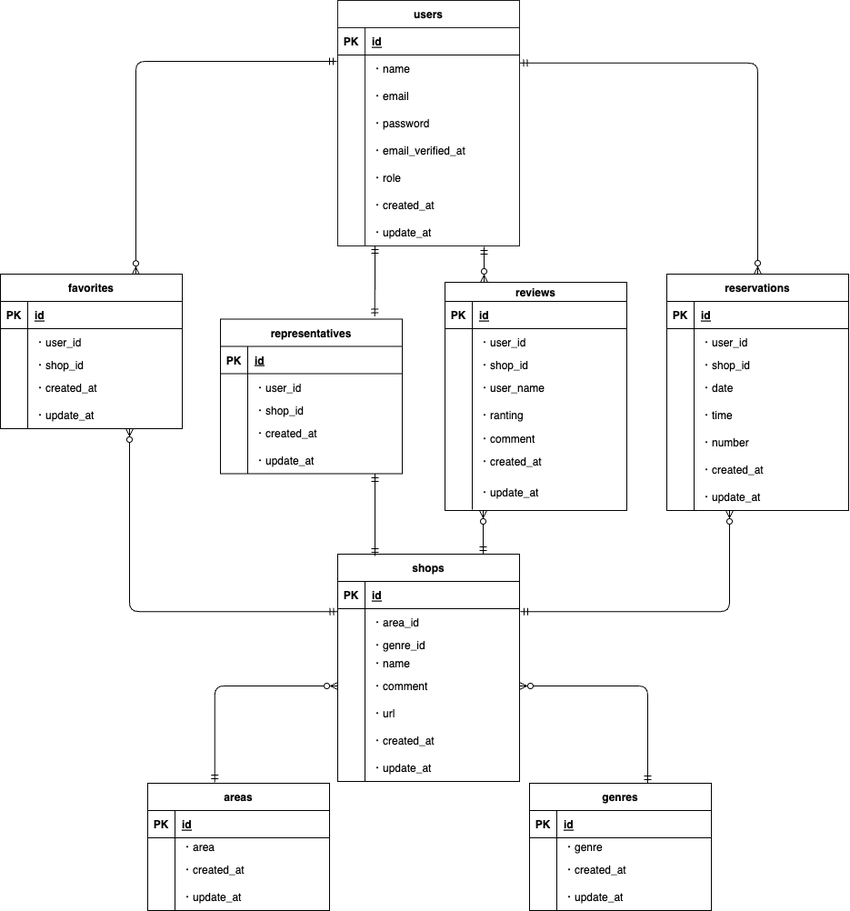
fukao1985/Rese_project keeps this draw.io diagram as rese.drawio.png. Above is the earlier version. Source tidied: cells renumbered, new cells last; positions are measured from the earlier drawing's top-left corner, leaving out a move shared by most shapes.
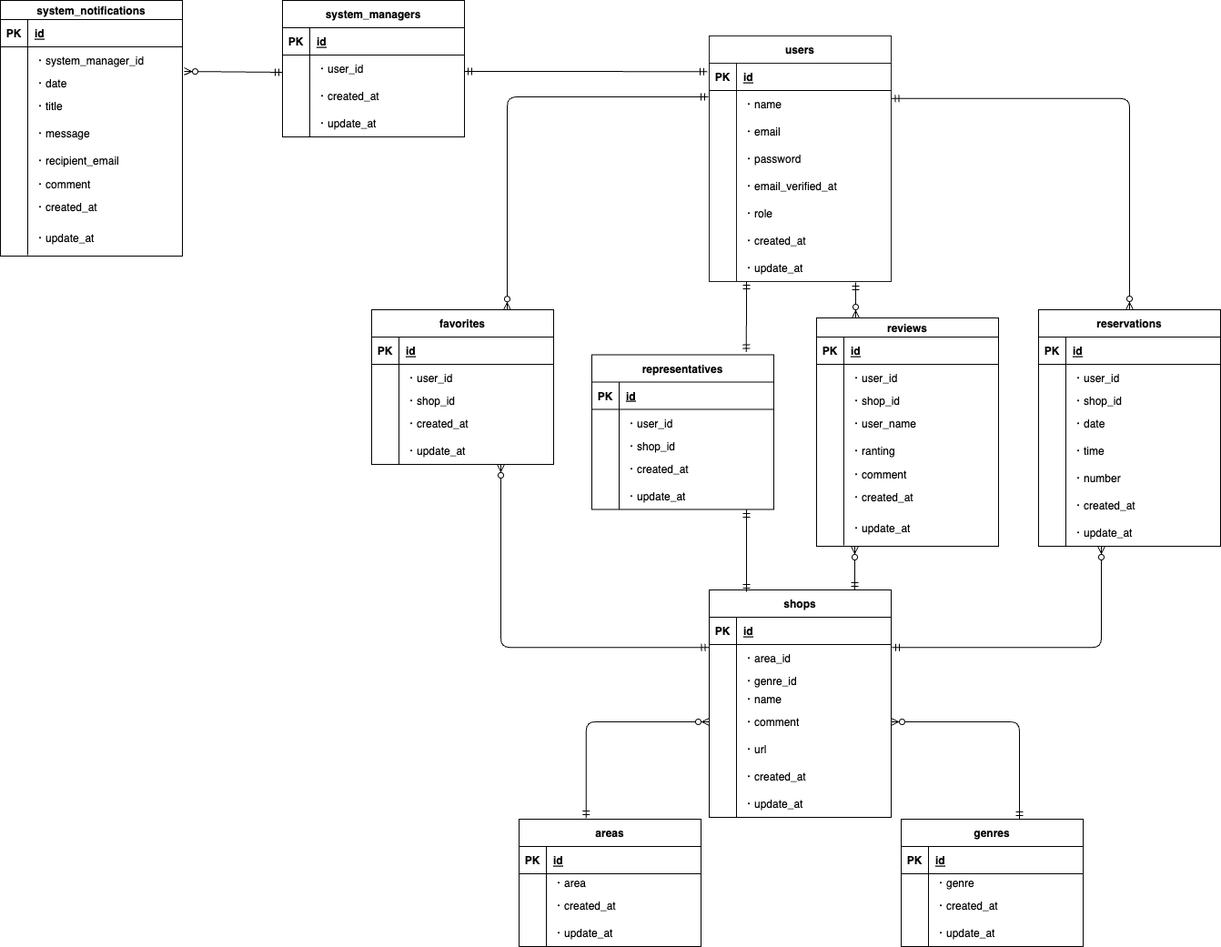
Above is the later version.

Diff of the diagram source:
```diff
@@ -528,5 +528,140 @@
         <mxPoint x="412" y="521" as="targetPoint" />
       </mxGeometry>
     </mxCell>
+    <mxCell id="171" value="system_managers" style="shape=table;startSize=30;rowLines=0;fontStyle=1;align=center;" parent="1" vertex="1">
+      <mxGeometry x="-98" y="-39" width="200" height="150" as="geometry" />
+    </mxCell>
+    <mxCell id="172" style="shape=tableRow;horizontal=0;startSize=0;swimlaneHead=0;swimlaneBody=0;fillColor=none;top=0;left=0;right=0;bottom=1;" parent="171" vertex="1">
+      <mxGeometry y="30" width="200" height="30" as="geometry" />
+    </mxCell>
+    <mxCell id="173" value="PK" style="shape=partialRectangle;fillColor=none;top=0;left=0;bottom=0;right=0;fontStyle=1;overflow=hidden;" parent="172" vertex="1">
+      <mxGeometry width="30" height="30" as="geometry" />
+    </mxCell>
+    <mxCell id="174" value="id" style="shape=partialRectangle;fillColor=none;top=0;left=0;bottom=0;right=0;align=left;spacingLeft=6;fontStyle=5;overflow=hidden;" parent="172" vertex="1">
+      <mxGeometry x="30" width="170" height="30" as="geometry" />
+    </mxCell>
+    <mxCell id="175" style="shape=tableRow;horizontal=0;startSize=0;swimlaneHead=0;swimlaneBody=0;fillColor=none;top=0;left=0;right=0;bottom=0;" parent="171" vertex="1">
+      <mxGeometry y="60" width="200" height="30" as="geometry" />
+    </mxCell>
+    <mxCell id="176" style="shape=partialRectangle;fillColor=none;top=0;left=0;bottom=0;right=0;overflow=hidden;" parent="175" vertex="1">
+      <mxGeometry width="30" height="30" as="geometry" />
+    </mxCell>
+    <mxCell id="177" value="・user_id" style="shape=partialRectangle;fillColor=none;top=0;left=0;bottom=0;right=0;align=left;spacingLeft=6;overflow=hidden;" parent="175" vertex="1">
+      <mxGeometry x="30" width="170" height="30" as="geometry" />
+    </mxCell>
+    <mxCell id="178" style="shape=tableRow;horizontal=0;startSize=0;swimlaneHead=0;swimlaneBody=0;fillColor=none;top=0;left=0;right=0;bottom=0;" parent="171" vertex="1">
+      <mxGeometry y="90" width="200" height="30" as="geometry" />
+    </mxCell>
+    <mxCell id="179" style="shape=partialRectangle;fillColor=none;top=0;left=0;bottom=0;right=0;overflow=hidden;" parent="178" vertex="1">
+      <mxGeometry width="30" height="30" as="geometry" />
+    </mxCell>
+    <mxCell id="180" value="・created_at" style="shape=partialRectangle;fillColor=none;top=0;left=0;bottom=0;right=0;align=left;spacingLeft=6;overflow=hidden;" parent="178" vertex="1">
+      <mxGeometry x="30" width="170" height="30" as="geometry" />
+    </mxCell>
+    <mxCell id="181" style="shape=tableRow;horizontal=0;startSize=0;swimlaneHead=0;swimlaneBody=0;fillColor=none;top=0;left=0;right=0;bottom=0;" parent="171" vertex="1">
+      <mxGeometry y="120" width="200" height="30" as="geometry" />
+    </mxCell>
+    <mxCell id="182" style="shape=partialRectangle;fillColor=none;top=0;left=0;bottom=0;right=0;overflow=hidden;" parent="181" vertex="1">
+      <mxGeometry width="30" height="30" as="geometry" />
+    </mxCell>
+    <mxCell id="183" value="・update_at" style="shape=partialRectangle;fillColor=none;top=0;left=0;bottom=0;right=0;align=left;spacingLeft=6;overflow=hidden;" parent="181" vertex="1">
+      <mxGeometry x="30" width="170" height="30" as="geometry" />
+    </mxCell>
+    <mxCell id="184" value="system_notifications" style="shape=table;startSize=21;rowLines=0;fontStyle=1;align=center;" parent="1" vertex="1">
+      <mxGeometry x="-408" y="-39" width="200" height="281" as="geometry" />
+    </mxCell>
+    <mxCell id="185" style="shape=tableRow;horizontal=0;startSize=0;swimlaneHead=0;swimlaneBody=0;fillColor=none;top=0;left=0;right=0;bottom=1;" parent="184" vertex="1">
+      <mxGeometry y="21" width="200" height="30" as="geometry" />
+    </mxCell>
+    <mxCell id="186" value="PK" style="shape=partialRectangle;fillColor=none;top=0;left=0;bottom=0;right=0;fontStyle=1;overflow=hidden;" parent="185" vertex="1">
+      <mxGeometry width="30" height="30" as="geometry" />
+    </mxCell>
+    <mxCell id="187" value="id" style="shape=partialRectangle;fillColor=none;top=0;left=0;bottom=0;right=0;align=left;spacingLeft=6;fontStyle=5;overflow=hidden;" parent="185" vertex="1">
+      <mxGeometry x="30" width="170" height="30" as="geometry" />
+    </mxCell>
+    <mxCell id="188" style="shape=tableRow;horizontal=0;startSize=0;swimlaneHead=0;swimlaneBody=0;fillColor=none;top=0;left=0;right=0;bottom=0;" parent="184" vertex="1">
+      <mxGeometry y="51" width="200" height="30" as="geometry" />
+    </mxCell>
+    <mxCell id="189" style="shape=partialRectangle;fillColor=none;top=0;left=0;bottom=0;right=0;overflow=hidden;" parent="188" vertex="1">
+      <mxGeometry width="30" height="30" as="geometry" />
+    </mxCell>
+    <mxCell id="190" value="・system_manager_id" style="shape=partialRectangle;fillColor=none;top=0;left=0;bottom=0;right=0;align=left;spacingLeft=6;overflow=hidden;" parent="188" vertex="1">
+      <mxGeometry x="30" width="170" height="30" as="geometry" />
+    </mxCell>
+    <mxCell id="191" style="shape=tableRow;horizontal=0;startSize=0;swimlaneHead=0;swimlaneBody=0;fillColor=none;top=0;left=0;right=0;bottom=0;" parent="184" vertex="1">
+      <mxGeometry y="81" width="200" height="20" as="geometry" />
+    </mxCell>
+    <mxCell id="192" style="shape=partialRectangle;fillColor=none;top=0;left=0;bottom=0;right=0;overflow=hidden;" parent="191" vertex="1">
+      <mxGeometry width="30" height="20" as="geometry" />
+    </mxCell>
+    <mxCell id="193" value="・date" style="shape=partialRectangle;fillColor=none;top=0;left=0;bottom=0;right=0;align=left;spacingLeft=6;overflow=hidden;" parent="191" vertex="1">
+      <mxGeometry x="30" width="170" height="20" as="geometry" />
+    </mxCell>
+    <mxCell id="194" style="shape=tableRow;horizontal=0;startSize=0;swimlaneHead=0;swimlaneBody=0;fillColor=none;top=0;left=0;right=0;bottom=0;" parent="184" vertex="1">
+      <mxGeometry y="101" width="200" height="30" as="geometry" />
+    </mxCell>
+    <mxCell id="195" style="shape=partialRectangle;fillColor=none;top=0;left=0;bottom=0;right=0;overflow=hidden;" parent="194" vertex="1">
+      <mxGeometry width="30" height="30" as="geometry" />
+    </mxCell>
+    <mxCell id="196" value="・title" style="shape=partialRectangle;fillColor=none;top=0;left=0;bottom=0;right=0;align=left;spacingLeft=6;overflow=hidden;" parent="194" vertex="1">
+      <mxGeometry x="30" width="170" height="30" as="geometry" />
+    </mxCell>
+    <mxCell id="197" style="shape=tableRow;horizontal=0;startSize=0;swimlaneHead=0;swimlaneBody=0;fillColor=none;top=0;left=0;right=0;bottom=0;" parent="184" vertex="1">
+      <mxGeometry y="131" width="200" height="30" as="geometry" />
+    </mxCell>
+    <mxCell id="198" style="shape=partialRectangle;fillColor=none;top=0;left=0;bottom=0;right=0;overflow=hidden;" parent="197" vertex="1">
+      <mxGeometry width="30" height="30" as="geometry" />
+    </mxCell>
+    <mxCell id="199" value="・message" style="shape=partialRectangle;fillColor=none;top=0;left=0;bottom=0;right=0;align=left;spacingLeft=6;overflow=hidden;" parent="197" vertex="1">
+      <mxGeometry x="30" width="170" height="30" as="geometry" />
+    </mxCell>
+    <mxCell id="200" style="shape=tableRow;horizontal=0;startSize=0;swimlaneHead=0;swimlaneBody=0;fillColor=none;top=0;left=0;right=0;bottom=0;" parent="184" vertex="1">
+      <mxGeometry y="161" width="200" height="30" as="geometry" />
+    </mxCell>
+    <mxCell id="201" style="shape=partialRectangle;fillColor=none;top=0;left=0;bottom=0;right=0;overflow=hidden;" parent="200" vertex="1">
+      <mxGeometry width="30" height="30" as="geometry" />
+    </mxCell>
+    <mxCell id="202" value="・recipient_email" style="shape=partialRectangle;fillColor=none;top=0;left=0;bottom=0;right=0;align=left;spacingLeft=6;overflow=hidden;" parent="200" vertex="1">
+      <mxGeometry x="30" width="170" height="30" as="geometry" />
+    </mxCell>
+    <mxCell id="203" style="shape=tableRow;horizontal=0;startSize=0;swimlaneHead=0;swimlaneBody=0;fillColor=none;top=0;left=0;right=0;bottom=0;" parent="184" vertex="1">
+      <mxGeometry y="191" width="200" height="21" as="geometry" />
+    </mxCell>
+    <mxCell id="204" style="shape=partialRectangle;fillColor=none;top=0;left=0;bottom=0;right=0;overflow=hidden;" parent="203" vertex="1">
+      <mxGeometry width="30" height="21" as="geometry" />
+    </mxCell>
+    <mxCell id="205" value="・comment" style="shape=partialRectangle;fillColor=none;top=0;left=0;bottom=0;right=0;align=left;spacingLeft=6;overflow=hidden;" parent="203" vertex="1">
+      <mxGeometry x="30" width="170" height="21" as="geometry" />
+    </mxCell>
+    <mxCell id="206" style="shape=tableRow;horizontal=0;startSize=0;swimlaneHead=0;swimlaneBody=0;fillColor=none;top=0;left=0;right=0;bottom=0;" parent="184" vertex="1">
+      <mxGeometry y="212" width="200" height="29" as="geometry" />
+    </mxCell>
+    <mxCell id="207" style="shape=partialRectangle;fillColor=none;top=0;left=0;bottom=0;right=0;overflow=hidden;" parent="206" vertex="1">
+      <mxGeometry width="30" height="29" as="geometry" />
+    </mxCell>
+    <mxCell id="208" value="・created_at" style="shape=partialRectangle;fillColor=none;top=0;left=0;bottom=0;right=0;align=left;spacingLeft=6;overflow=hidden;" parent="206" vertex="1">
+      <mxGeometry x="30" width="170" height="29" as="geometry" />
+    </mxCell>
+    <mxCell id="209" style="shape=tableRow;horizontal=0;startSize=0;swimlaneHead=0;swimlaneBody=0;fillColor=none;top=0;left=0;right=0;bottom=0;" parent="184" vertex="1">
+      <mxGeometry y="241" width="200" height="39" as="geometry" />
+    </mxCell>
+    <mxCell id="210" style="shape=partialRectangle;fillColor=none;top=0;left=0;bottom=0;right=0;overflow=hidden;" parent="209" vertex="1">
+      <mxGeometry width="30" height="39" as="geometry" />
+    </mxCell>
+    <mxCell id="211" value="・update_at" style="shape=partialRectangle;fillColor=none;top=0;left=0;bottom=0;right=0;align=left;spacingLeft=6;overflow=hidden;" parent="209" vertex="1">
+      <mxGeometry x="30" width="170" height="39" as="geometry" />
+    </mxCell>
+    <mxCell id="212" style="fontSize=12;html=1;endArrow=ERmandOne;startArrow=ERmandOne;exitX=-0.01;exitY=0.173;exitDx=0;exitDy=0;exitPerimeter=0;" parent="1" edge="1">
+      <mxGeometry relative="1" as="geometry">
+        <mxPoint x="369" y="39.2" as="sourcePoint" />
+        <mxPoint x="102" y="39" as="targetPoint" />
+      </mxGeometry>
+    </mxCell>
+    <mxCell id="213" style="fontSize=12;html=1;endArrow=ERzeroToMany;startArrow=ERmandOne;exitX=0;exitY=0.5;exitDx=0;exitDy=0;" parent="1" edge="1">
+      <mxGeometry relative="1" as="geometry">
+        <mxPoint x="-98" y="40" as="sourcePoint" />
+        <mxPoint x="-206" y="39" as="targetPoint" />
+      </mxGeometry>
+    </mxCell>
   </root>
 </mxGraphModel>
```
